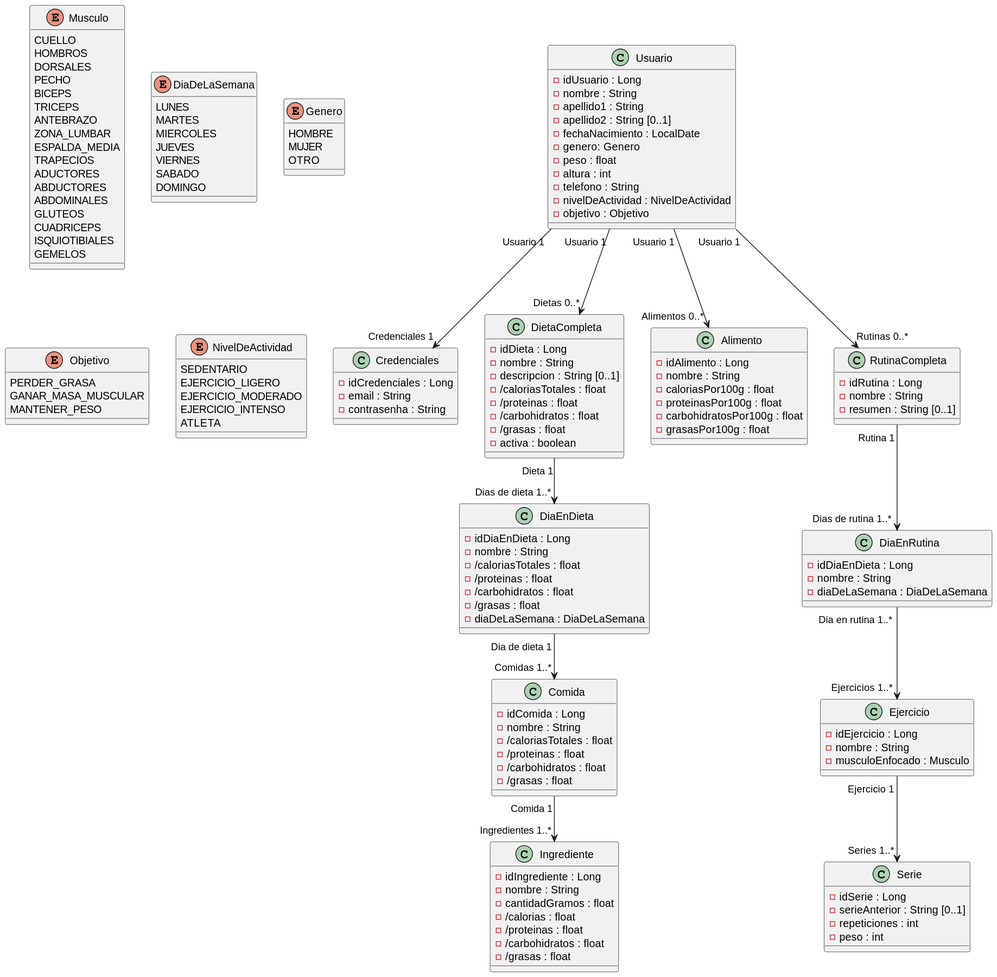
The PlantUML diagram Diagramas/DiagramaDeClases.svg in AlejandroAranaGomez/TFG, before a commit.
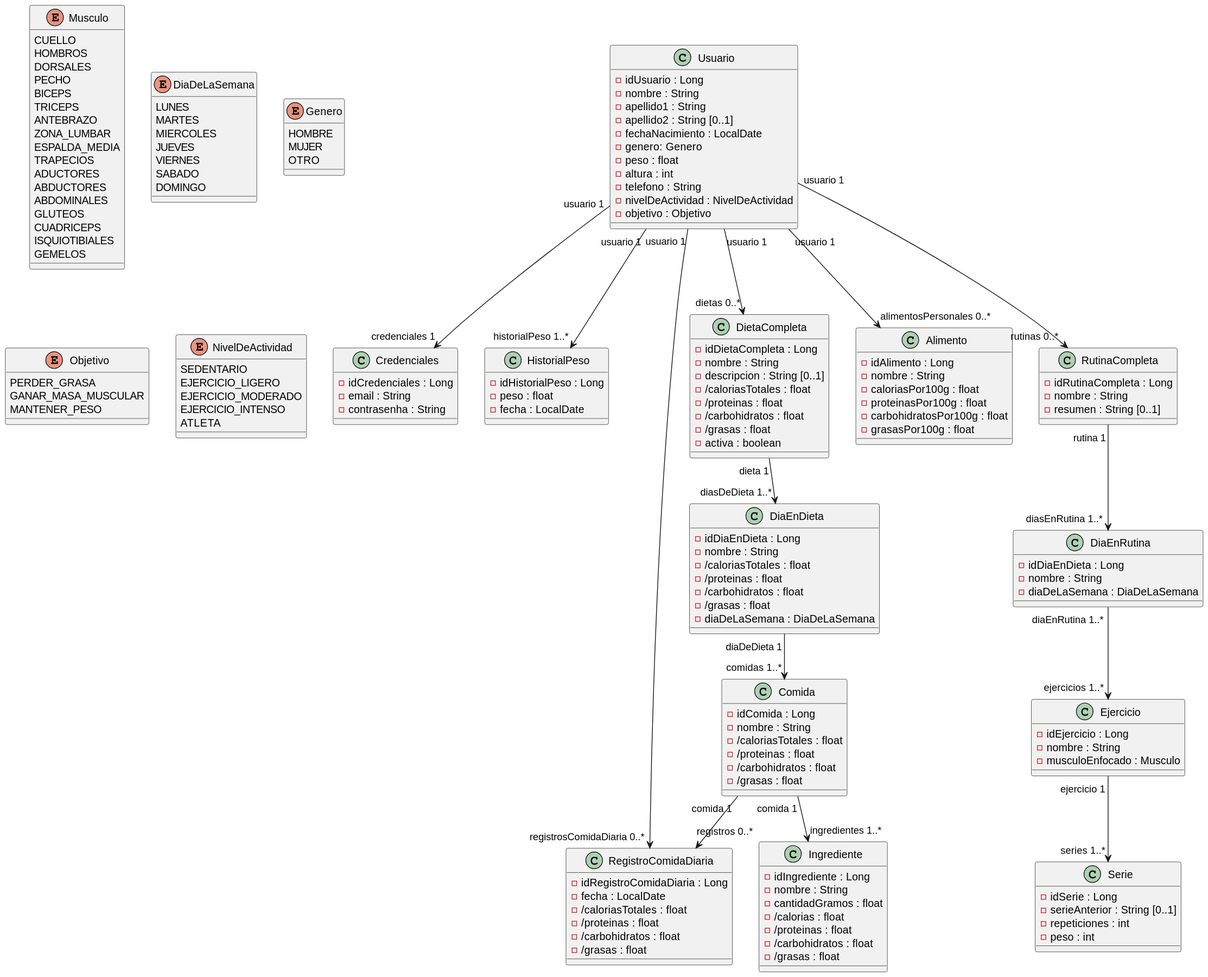
The same diagram one commit later.

Change to the diagram source:
```diff
@@ -66,13 +66,28 @@
 }
 
 class Credenciales {
-    - idCredenciales : Long
-    - email : String
-    - contrasenha : String
+- idCredenciales : Long
+- email : String
+- contrasenha : String
+}
+
+class HistorialPeso {
+- idHistorialPeso : Long
+- peso : float
+- fecha : LocalDate
+}
+
+class RegistroComidaDiaria {
+- idRegistroComidaDiaria : Long
+- fecha : LocalDate
+- /caloriasTotales : float
+- /proteinas : float
+- /carbohidratos : float
+- /grasas : float
 }
 
 class DietaCompleta {
-- idDieta : Long
+- idDietaCompleta : Long
 - nombre : String
 - descripcion : String [0..1]
 - /caloriasTotales : float
@@ -122,7 +137,7 @@
 }
 
 class RutinaCompleta {
-- idRutina : Long
+- idRutinaCompleta : Long
 - nombre : String
 - resumen : String [0..1]
 }
@@ -147,23 +162,29 @@
 }
 
 
-Usuario "Usuario 1"  --> "Dietas 0..*" DietaCompleta
+Usuario "usuario 1"  --> "dietas 0..*" DietaCompleta
 
-Usuario "Usuario 1" --> "Credenciales 1" Credenciales
+Usuario "usuario 1" --> "credenciales 1" Credenciales
 
-DietaCompleta "Dieta 1" --> "Dias de dieta 1..*" DiaEnDieta
+Usuario "usuario 1" --> "historialPeso 1..*" HistorialPeso
 
-Usuario "Usuario 1"  --> "Rutinas 0..*" RutinaCompleta
+Usuario "usuario 1" --> "registrosComidaDiaria 0..*" RegistroComidaDiaria
 
-DiaEnDieta "Dia de dieta 1"  --> "Comidas 1..*" Comida
+Comida "comida 1" --> "registros 0..*" RegistroComidaDiaria
 
-Comida "Comida 1"  --> "Ingredientes 1..*" Ingrediente
+DietaCompleta "dieta 1" --> "diasDeDieta 1..*" DiaEnDieta
 
-Usuario "Usuario 1" --> "Alimentos 0..*" Alimento
+Usuario "usuario 1"  --> "rutinas 0..*" RutinaCompleta
 
-RutinaCompleta "Rutina 1"  --> "Dias de rutina 1..*" DiaEnRutina
+DiaEnDieta "diaDeDieta 1"  --> "comidas 1..*" Comida
 
-DiaEnRutina "Dia en rutina 1..*" --> "Ejercicios 1..*" Ejercicio
+Comida "comida 1"  --> "ingredientes 1..*" Ingrediente
 
-Ejercicio "Ejercicio 1"  --> "Series 1..*" Serie
+Usuario "usuario 1" --> "alimentosPersonales 0..*" Alimento
+
+RutinaCompleta "rutina 1"  --> "diasEnRutina 1..*" DiaEnRutina
+
+DiaEnRutina "diaEnRutina 1..*" --> "ejercicios 1..*" Ejercicio
+
+Ejercicio "ejercicio 1"  --> "series 1..*" Serie
 @enduml
```
